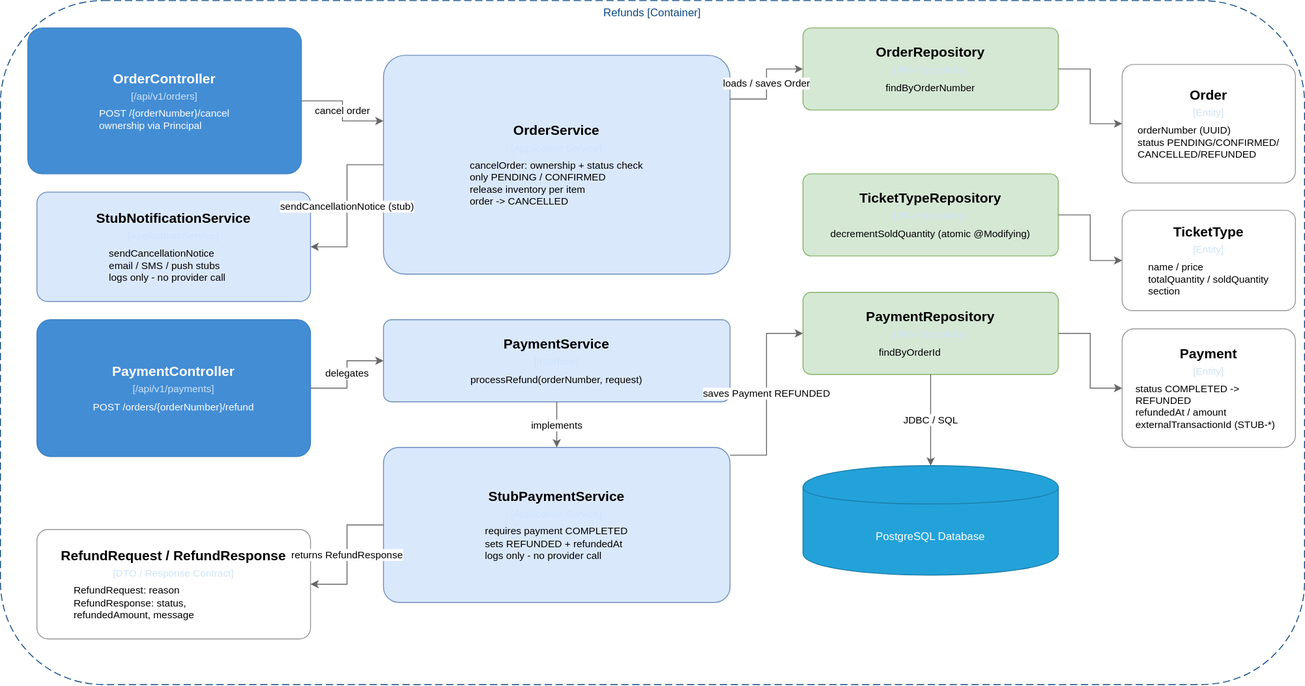
Before: diagrams/c4model/ticketwave-c3-refunds-cancellations.drawio.svg, a diagram exported from draw.io (Juanchoque1206/soe-TicketWave). Source tidied: cells renumbered, new cells last; positions are measured from the earlier drawing's top-left corner, leaving out a move shared by most shapes.
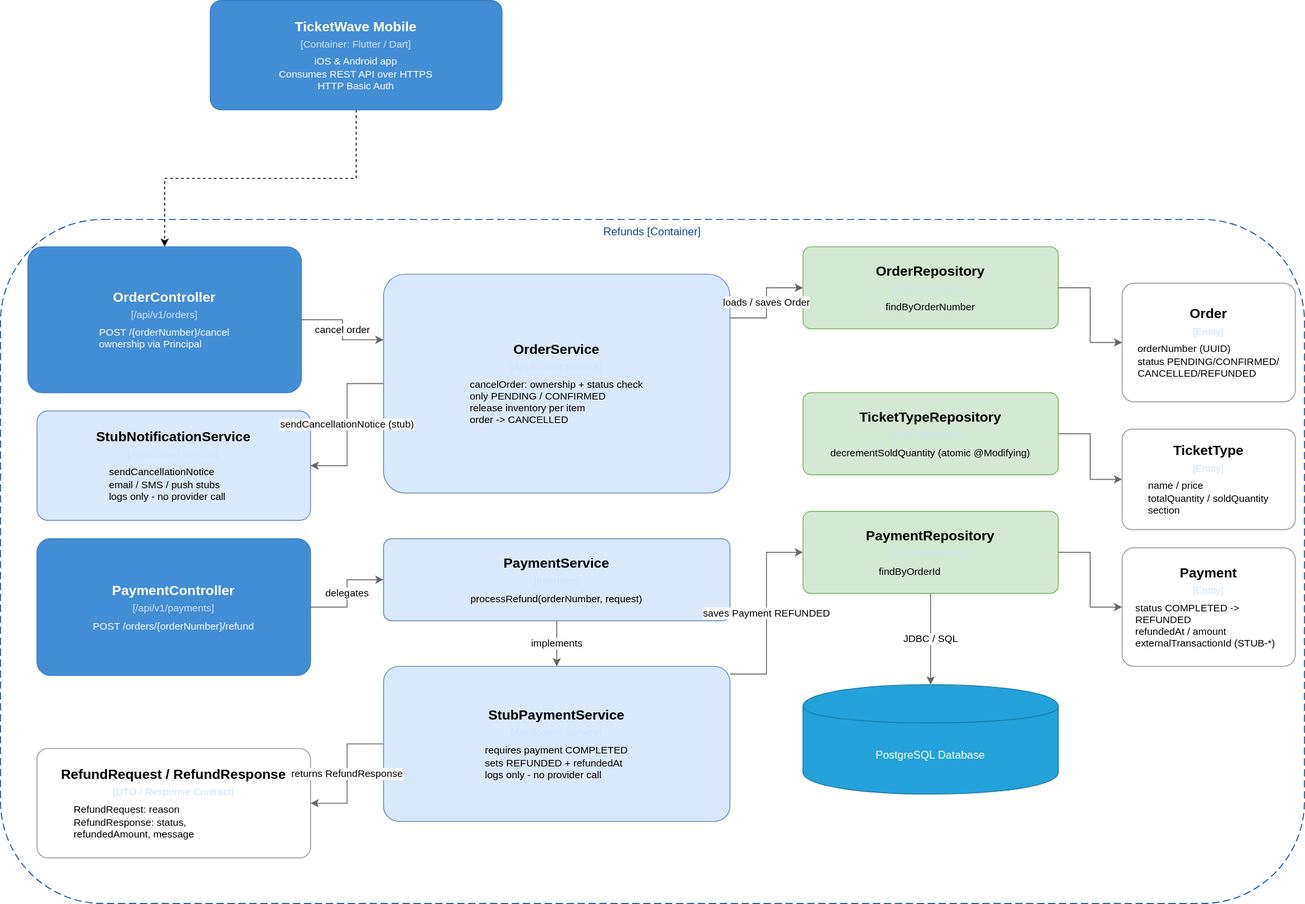
After the commit.

Diff of the diagram source:
```diff
@@ -80,5 +80,11 @@
     <mxCell id="27" value="JDBC / SQL" style="edgeStyle=orthogonalEdgeStyle;rounded=0;html=1;strokeColor=#666666;exitX=0.5;exitY=1;entryX=0.5;entryY=0;" parent="1" edge="1" source="12" target="13">
       <mxGeometry relative="1" as="geometry" />
     </mxCell>
+    <mxCell id="28" style="edgeStyle=orthogonalEdgeStyle;rounded=0;jettySize=auto;html=1;dashed=1;" parent="1" edge="1" source="29" target="3">
+      <mxGeometry relative="1" as="geometry" />
+    </mxCell>
+    <mxCell id="29" value="&lt;div style=&quot;border-color: rgb(218, 220, 224); font-size: 15px; font-weight: bold; margin-bottom: 4px;&quot;&gt;TicketWave Mobile&lt;/div&gt;&lt;div style=&quot;border-color: rgb(218, 220, 224); font-size: 11px; color: rgb(207, 227, 247); margin-bottom: 6px;&quot;&gt;[Container: Flutter / Dart]&lt;/div&gt;&lt;div style=&quot;border-color: rgb(218, 220, 224); font-size: 11px;&quot;&gt;iOS &amp;amp; Android app&lt;/div&gt;&lt;div style=&quot;border-color: rgb(218, 220, 224); font-size: 11px;&quot;&gt;Consumes REST API over HTTPS&lt;/div&gt;&lt;div style=&quot;border-color: rgb(218, 220, 224); font-size: 11px;&quot;&gt;HTTP Basic Auth&lt;/div&gt;" style="rounded=1;whiteSpace=wrap;html=1;fillColor=#438dd5;strokeColor=#3c7fc0;fontColor=#ffffff;arcSize=10;" parent="1" vertex="1">
+      <mxGeometry x="230" y="-240" width="320" height="120" as="geometry" />
+    </mxCell>
   </root>
 </mxGraphModel>
```
